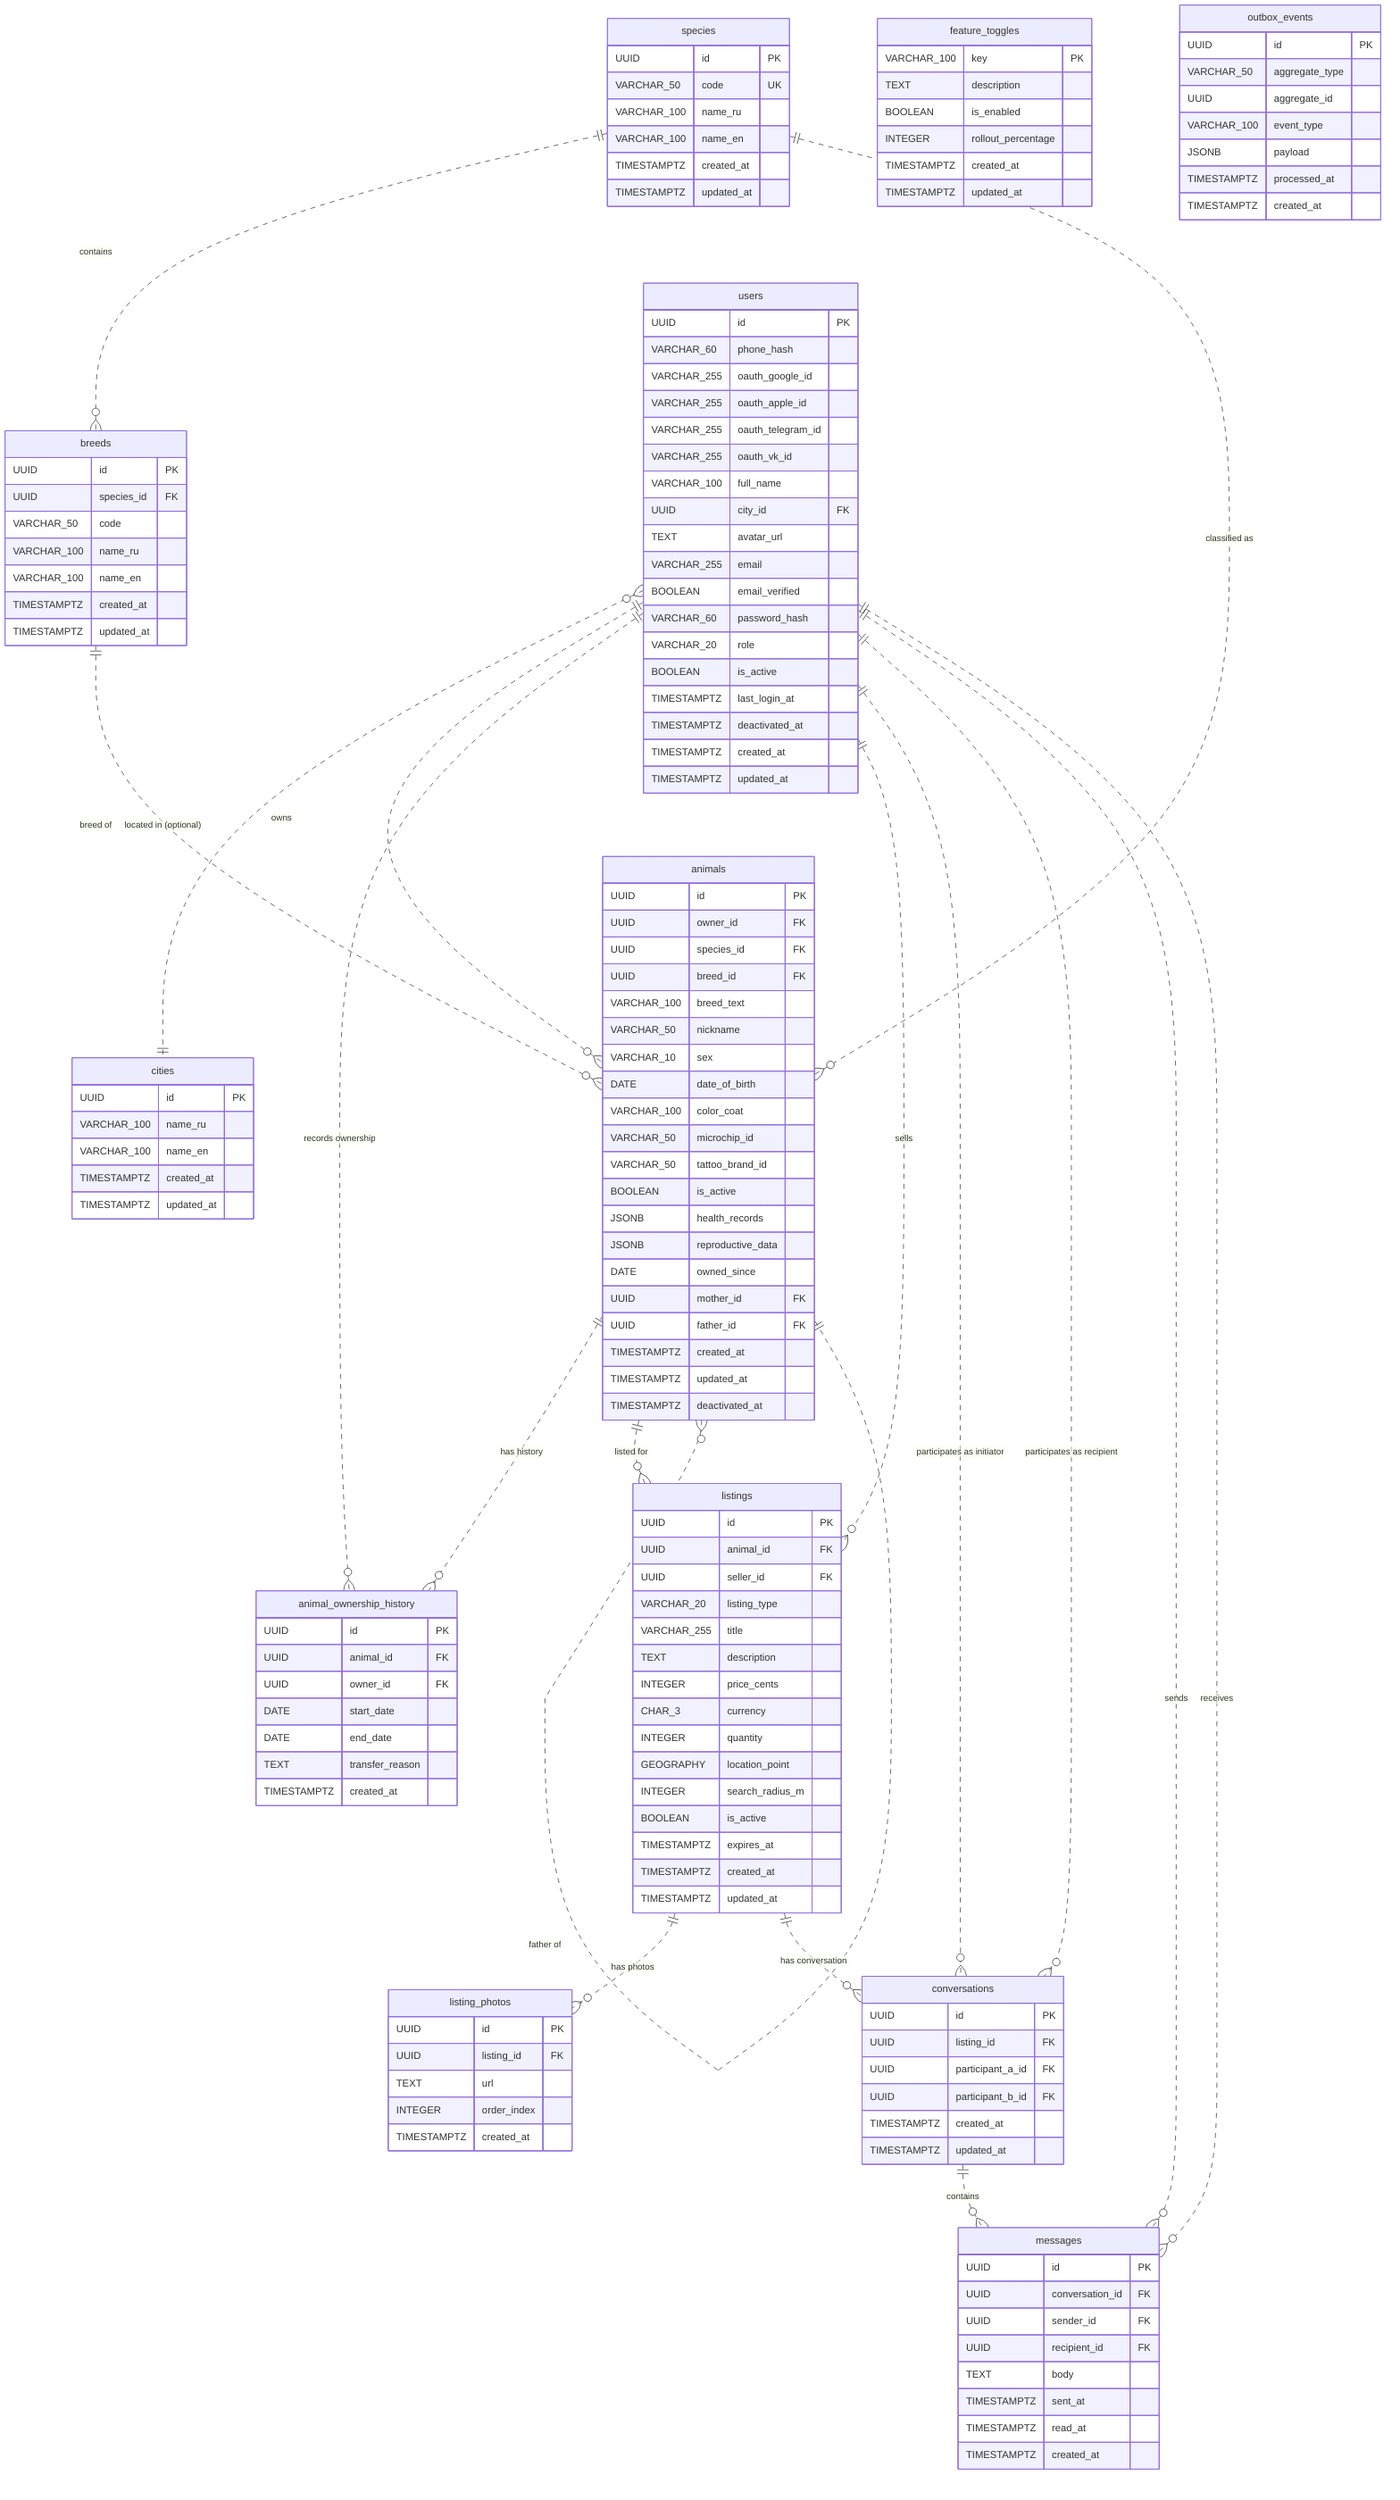
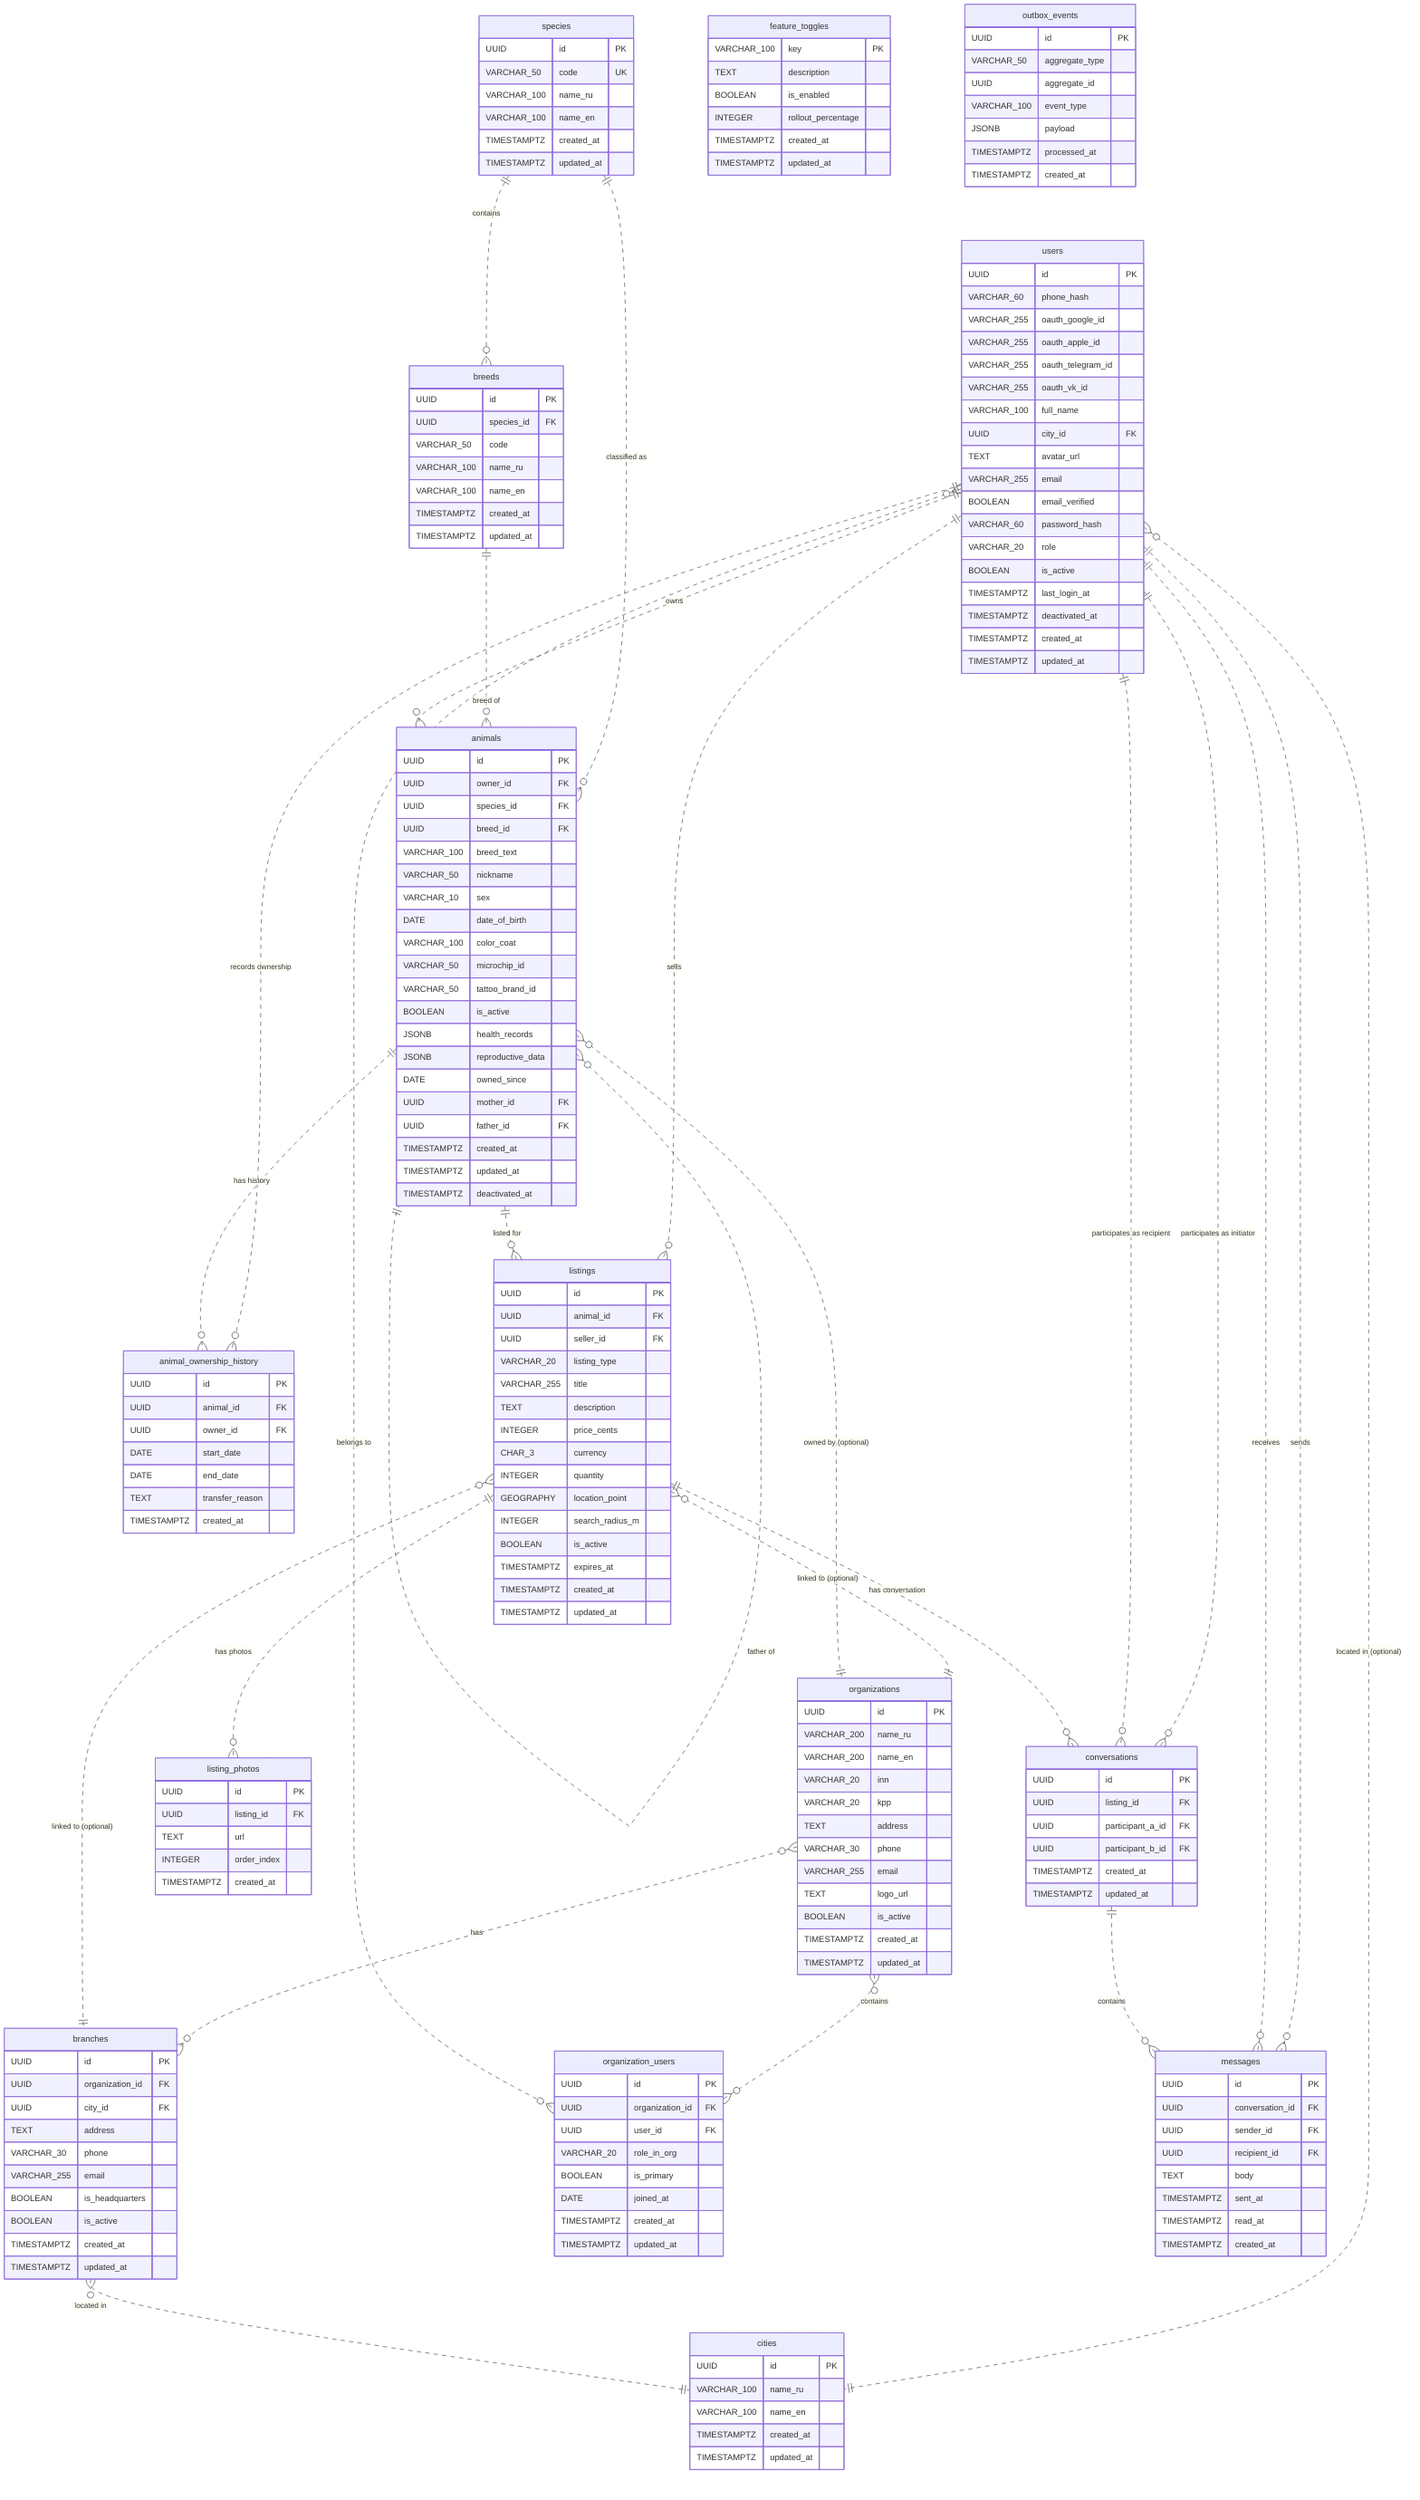
erDiagram
    %% Reference Data Tables
    species {
        UUID id PK
        VARCHAR_50 code UK
        VARCHAR_100 name_ru
        VARCHAR_100 name_en
        TIMESTAMPTZ created_at
        TIMESTAMPTZ updated_at
    }
    breeds {
        UUID id PK
        UUID species_id FK
        VARCHAR_50 code
        VARCHAR_100 name_ru
        VARCHAR_100 name_en
        TIMESTAMPTZ created_at
        TIMESTAMPTZ updated_at
        %% UK (species_id, code)
    }
    cities {
        UUID id PK
        VARCHAR_100 name_ru
        VARCHAR_100 name_en
        TIMESTAMPTZ created_at
        TIMESTAMPTZ updated_at
    }

    %% Identity Domain
    users {
        UUID id PK
        VARCHAR_60 phone_hash
        VARCHAR_255 oauth_google_id
        VARCHAR_255 oauth_apple_id
        VARCHAR_255 oauth_telegram_id
        VARCHAR_255 oauth_vk_id
        VARCHAR_100 full_name
        UUID city_id FK
        TEXT avatar_url
        VARCHAR_255 email
        BOOLEAN email_verified
        VARCHAR_60 password_hash
        VARCHAR_20 role
        BOOLEAN is_active
        TIMESTAMPTZ last_login_at
        TIMESTAMPTZ deactivated_at
        TIMESTAMPTZ created_at
        TIMESTAMPTZ updated_at
    }

    %% Animal Domain
    animals {
        UUID id PK
        UUID owner_id FK
        UUID species_id FK
        UUID breed_id FK
        VARCHAR_100 breed_text
        VARCHAR_50 nickname
        VARCHAR_10 sex
        DATE date_of_birth
        VARCHAR_100 color_coat
        VARCHAR_50 microchip_id
        VARCHAR_50 tattoo_brand_id
        BOOLEAN is_active
        JSONB health_records
        JSONB reproductive_data
        DATE owned_since
        UUID mother_id FK
        UUID father_id FK
        TIMESTAMPTZ created_at
        TIMESTAMPTZ updated_at
        TIMESTAMPTZ deactivated_at
    }
    animal_ownership_history {
        UUID id PK
        UUID animal_id FK
        UUID owner_id FK
        DATE start_date
        DATE end_date
        TEXT transfer_reason
        TIMESTAMPTZ created_at
+     }
+ 
+     %% Organization Domain
+     organizations {
+         UUID id PK
+         VARCHAR_200 name_ru
+         VARCHAR_200 name_en
+         VARCHAR_20 inn
+         VARCHAR_20 kpp
+         TEXT address
+         VARCHAR_30 phone
+         VARCHAR_255 email
+         TEXT logo_url
+         BOOLEAN is_active
+         TIMESTAMPTZ created_at
+         TIMESTAMPTZ updated_at
+     }
+     branches {
+         UUID id PK
+         UUID organization_id FK
+         UUID city_id FK
+         TEXT address
+         VARCHAR_30 phone
+         VARCHAR_255 email
+         BOOLEAN is_headquarters
+         BOOLEAN is_active
+         TIMESTAMPTZ created_at
+         TIMESTAMPTZ updated_at
+     }
+     organization_users {
+         UUID id PK
+         UUID organization_id FK
+         UUID user_id FK
+         VARCHAR_20 role_in_org
+         BOOLEAN is_primary
+         DATE joined_at
+         TIMESTAMPTZ created_at
+         TIMESTAMPTZ updated_at
    }

    %% Marketplace/Listings Domain
    listings {
        UUID id PK
        UUID animal_id FK
        UUID seller_id FK
        VARCHAR_20 listing_type
        VARCHAR_255 title
        TEXT description
        INTEGER price_cents
        CHAR_3 currency
        INTEGER quantity
        GEOGRAPHY location_point
        INTEGER search_radius_m
        BOOLEAN is_active
        TIMESTAMPTZ expires_at
        TIMESTAMPTZ created_at
        TIMESTAMPTZ updated_at
    }
    listing_photos {
        UUID id PK
        UUID listing_id FK
        TEXT url
        INTEGER order_index
        TIMESTAMPTZ created_at
    }
    conversations {
        UUID id PK
        UUID listing_id FK
        UUID participant_a_id FK
        UUID participant_b_id FK
        TIMESTAMPTZ created_at
        TIMESTAMPTZ updated_at
    }
    messages {
        UUID id PK
        UUID conversation_id FK
        UUID sender_id FK
        UUID recipient_id FK
        TEXT body
        TIMESTAMPTZ sent_at
        TIMESTAMPTZ read_at
        TIMESTAMPTZ created_at
    }

    %% Extensibility / System Tables
    feature_toggles {
        VARCHAR_100 key PK
        TEXT description
        BOOLEAN is_enabled
        INTEGER rollout_percentage
        TIMESTAMPTZ created_at
        TIMESTAMPTZ updated_at
    }
    outbox_events {
        UUID id PK
        VARCHAR_50 aggregate_type
        UUID aggregate_id
        VARCHAR_100 event_type
        JSONB payload
        TIMESTAMPTZ processed_at
        TIMESTAMPTZ created_at
    }

    %% Relationships
    species ||..o{ breeds : "contains"
    species ||..o{ animals : "classified as"
    breeds ||..o{ animals : "breed of"
    users }o..|| cities : "located in (optional)"
    users ||..o{ animals : "owns"
    users ||..o{ animal_ownership_history : "records ownership"
    users ||..o{ listings : "sells"
    users ||..o{ conversations : "participates as initiator"
    users ||..o{ conversations : "participates as recipient"
    users ||..o{ messages : "sends"
    users ||..o{ messages : "receives"
    animals ||..o{ animal_ownership_history : "has history"
    animals ||..o{ listings : "listed for"
    animals }o..|| animals : "mother of"
    animals }o..|| animals : "father of"
    listings ||..o{ listing_photos : "has photos"
    listings ||..o{ conversations : "has conversation"
-     conversations ||..o{ messages : "contains"+     conversations ||..o{ messages : "contains"
+ 
+     %% Organization Domain Relationships
+     organizations }o..o{ organization_users : "contains"
+     users }o..o{ organization_users : "belongs to"
+     organizations }o..o{ branches : "has"
+     branches }o..|| cities : "located in"
+     listings }o..|| organizations : "linked to (optional)"
+     listings }o..|| branches : "linked to (optional)"
+     animals }o..|| organizations : "owned by (optional)"